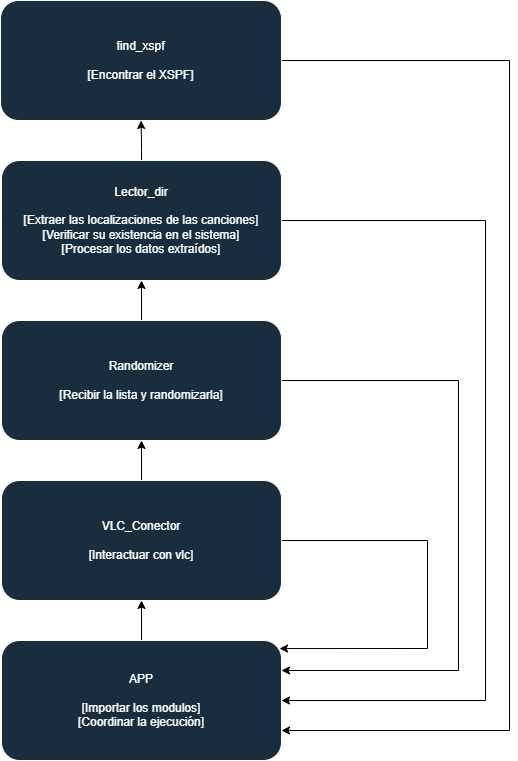
This is Diagrama_de_arquitectura.png from VoctorSN/Proyecto_Diciembre, a draw.io export, as it was before one commit. Source tidied: cells renumbered, new cells last; positions are measured from the earlier drawing's top-left corner, leaving out a move shared by most shapes.
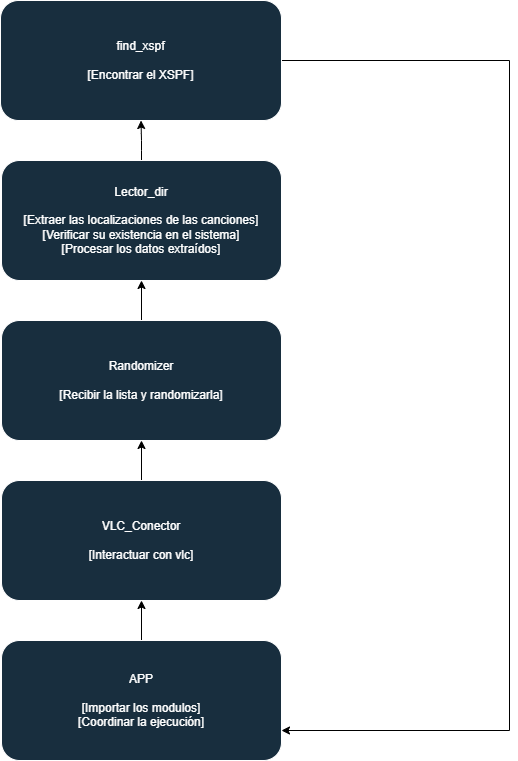
The same file after the commit.

Commit message:
doc: fixear diagrama arquitectura

What changed in the source:
```diff
@@ -16,42 +16,18 @@
     <mxCell id="4" value="find_xspf&lt;br&gt;&lt;br&gt;[Encontrar el XSPF]" style="rounded=1;whiteSpace=wrap;html=1;labelBackgroundColor=none;fillColor=#182E3E;strokeColor=#FFFFFF;fontColor=#FFFFFF;" parent="1" vertex="1">
       <mxGeometry width="281" height="120" as="geometry" />
     </mxCell>
-    <mxCell id="5" style="edgeStyle=orthogonalEdgeStyle;rounded=0;jettySize=auto;html=1;exitX=1;exitY=0.5;exitDx=0;exitDy=0;entryX=1;entryY=0.5;entryDx=0;entryDy=0;" parent="1" edge="1" source="6" target="14">
-      <mxGeometry relative="1" as="geometry">
-        <Array as="points">
-          <mxPoint x="485" y="220" />
-          <mxPoint x="485" y="700" />
-        </Array>
-      </mxGeometry>
-    </mxCell>
     <mxCell id="6" value="Lector_dir&lt;br&gt;&lt;br&gt;[Extraer las localizaciones de las canciones]&lt;br&gt;[Verificar su existencia en el sistema]&lt;br&gt;[Procesar los datos extraídos]" style="rounded=1;whiteSpace=wrap;html=1;labelBackgroundColor=none;fillColor=#182E3E;strokeColor=#FFFFFF;fontColor=#FFFFFF;" parent="1" vertex="1">
       <mxGeometry x="1" y="160" width="280" height="120" as="geometry" />
     </mxCell>
     <mxCell id="7" style="edgeStyle=orthogonalEdgeStyle;rounded=0;jettySize=auto;html=1;exitX=0.5;exitY=0;exitDx=0;exitDy=0;entryX=0.5;entryY=1;entryDx=0;entryDy=0;" parent="1" edge="1" source="9" target="6">
       <mxGeometry relative="1" as="geometry" />
     </mxCell>
-    <mxCell id="8" style="edgeStyle=orthogonalEdgeStyle;rounded=0;jettySize=auto;html=1;exitX=1;exitY=0.5;exitDx=0;exitDy=0;entryX=1;entryY=0.25;entryDx=0;entryDy=0;" parent="1" edge="1" source="9" target="14">
-      <mxGeometry relative="1" as="geometry">
-        <Array as="points">
-          <mxPoint x="458" y="380" />
-          <mxPoint x="458" y="670" />
-        </Array>
-      </mxGeometry>
-    </mxCell>
     <mxCell id="9" value="Randomizer&lt;br&gt;&lt;br&gt;[Recibir la lista y randomizarla]" style="rounded=1;whiteSpace=wrap;html=1;labelBackgroundColor=none;fillColor=#182E3E;strokeColor=#FFFFFF;fontColor=#FFFFFF;" parent="1" vertex="1">
       <mxGeometry x="1" y="320" width="280" height="120" as="geometry" />
     </mxCell>
     <mxCell id="10" style="edgeStyle=orthogonalEdgeStyle;rounded=0;jettySize=auto;html=1;exitX=0.5;exitY=0;exitDx=0;exitDy=0;entryX=0.5;entryY=1;entryDx=0;entryDy=0;" parent="1" edge="1" source="12" target="9">
       <mxGeometry relative="1" as="geometry" />
     </mxCell>
-    <mxCell id="11" style="edgeStyle=orthogonalEdgeStyle;rounded=0;jettySize=auto;html=1;exitX=1;exitY=0.5;exitDx=0;exitDy=0;entryX=0.993;entryY=0.067;entryDx=0;entryDy=0;entryPerimeter=0;" parent="1" edge="1" source="12" target="14">
-      <mxGeometry relative="1" as="geometry">
-        <Array as="points">
-          <mxPoint x="427" y="540" />
-          <mxPoint x="427" y="648" />
-        </Array>
-      </mxGeometry>
-    </mxCell>
     <mxCell id="12" value="VLC_Conector&lt;br&gt;&lt;br&gt;[Interactuar con vlc]" style="rounded=1;whiteSpace=wrap;html=1;labelBackgroundColor=none;fillColor=#182E3E;strokeColor=#FFFFFF;fontColor=#FFFFFF;" parent="1" vertex="1">
       <mxGeometry x="1" y="480" width="280" height="120" as="geometry" />
     </mxCell>
```
